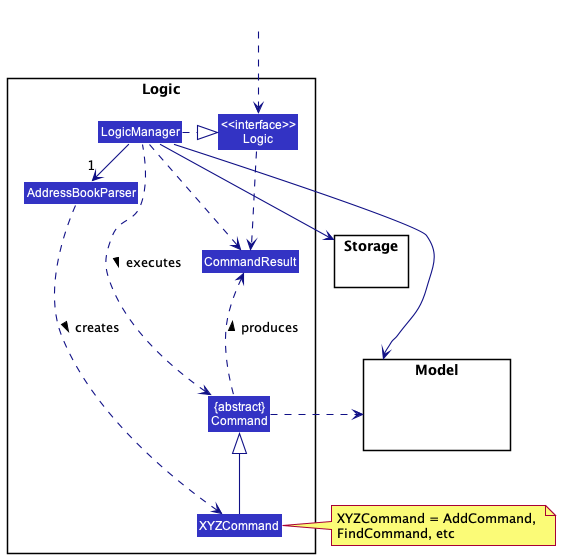
Before: docs/images/LogicClassDiagram.png, a diagram exported from PlantUML (nus-cs2103-AY2223S2/tp).
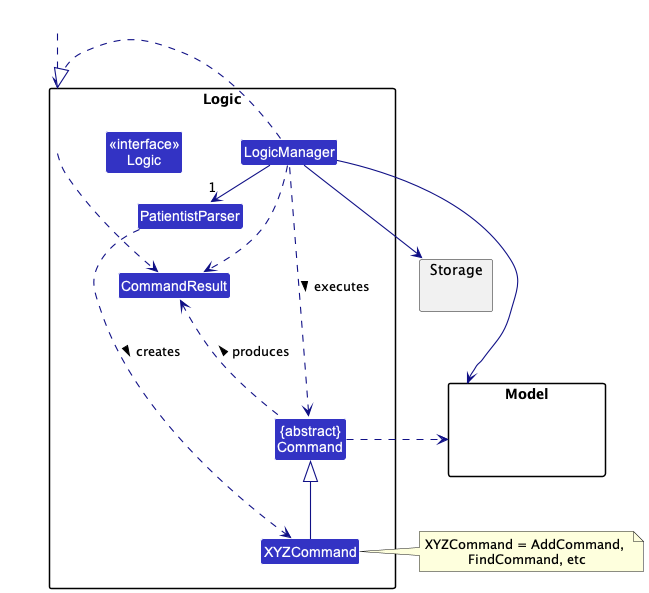
The same diagram one commit later.

What changed in the source:
```diff
@@ -6,7 +6,7 @@
 
 package Logic {
 
-Class AddressBookParser
+Class PatientistParser
 Class XYZCommand
 Class CommandResult
 Class "{abstract}\nCommand" as Command
@@ -27,8 +27,8 @@
 HiddenOutside ..> Logic
 
 LogicManager .right.|> Logic
-LogicManager -right->"1" AddressBookParser
-AddressBookParser ..> XYZCommand : creates >
+LogicManager -right->"1" PatientistParser
+PatientistParser ..> XYZCommand : creates >
 
 XYZCommand -up-|> Command
 LogicManager .left.> Command : executes >
```
